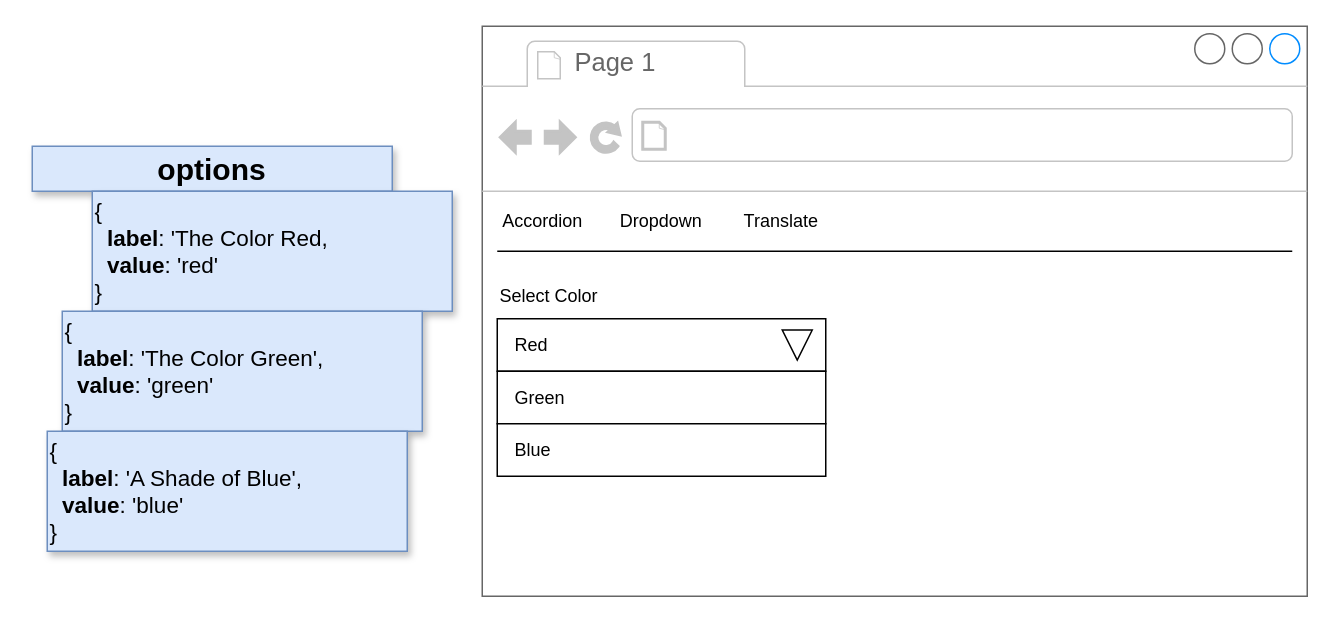
Above: page "03 - props" (4 of 20) of diagrams/widgets/02.drawio in HappySuzuki/redux-code (draw.io), before the change. Source tidied: cells renumbered, new cells numbered last; positions are measured from the earlier drawing's top-left corner, leaving out a move shared by most shapes. Both pictures are drawn from the tidied source at 150%, with x=0, y=0 at pixel (32, 26).
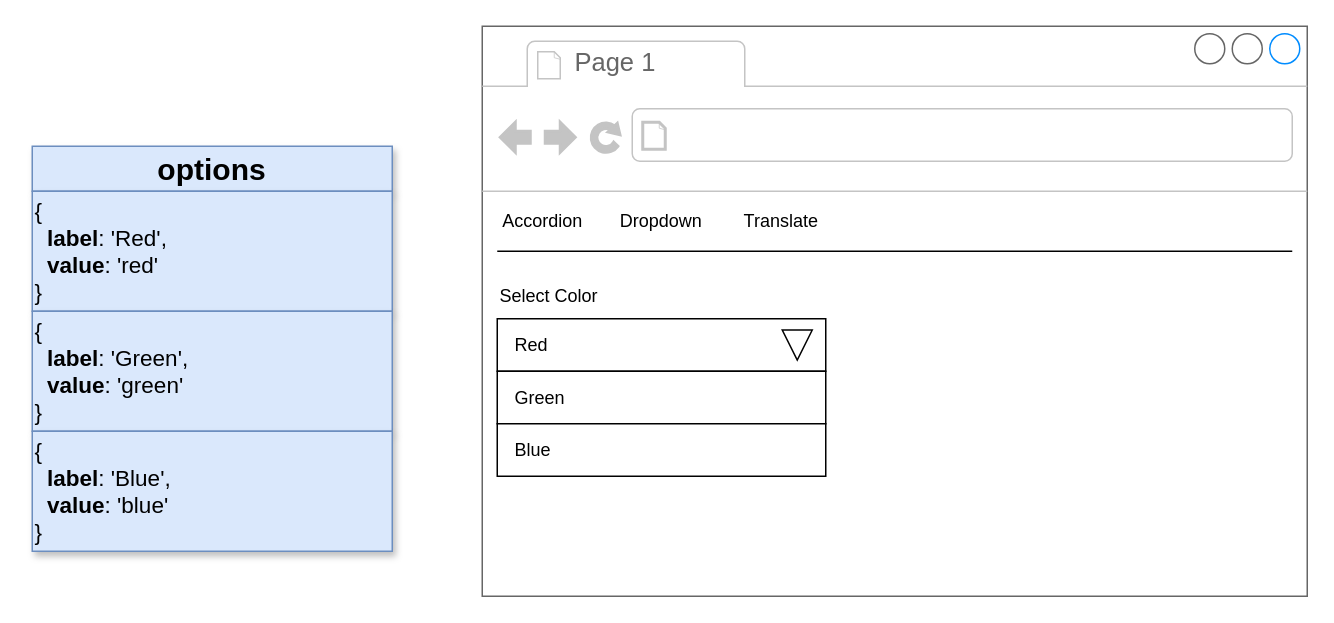
After the change.

Change to the diagram source:
```diff
@@
 <mxGraphModel>
   <root>
     <mxCell id="0" />
     <mxCell id="1" parent="0" />
     <mxCell id="2" style="strokeWidth=1;shadow=0;dashed=0;align=center;html=1;shape=mxgraph.mockup.containers.browserWindow;rSize=0;strokeColor=#666666;strokeColor2=#008cff;strokeColor3=#c4c4c4;mainText=,;" parent="1" vertex="1">
       <mxGeometry x="300" width="550" height="380" as="geometry" />
     </mxCell>
     <mxCell id="3" value="Page 1" style="strokeWidth=1;shadow=0;dashed=0;align=center;html=1;shape=mxgraph.mockup.containers.anchor;fontSize=17;fontColor=#666666;align=left;" parent="2" vertex="1">
       <mxGeometry x="60" y="12" width="110" height="26" as="geometry" />
     </mxCell>
     <mxCell id="4" style="strokeWidth=1;shadow=0;dashed=0;align=center;html=1;shape=mxgraph.mockup.containers.anchor;rSize=0;fontSize=17;fontColor=#666666;align=left;" parent="2" vertex="1">
       <mxGeometry x="130" y="60" width="250" height="26" as="geometry" />
     </mxCell>
     <mxCell id="5" style="endArrow=none;html=1;" parent="2" edge="1">
       <mxGeometry relative="1" as="geometry">
         <mxPoint x="10" y="150" as="sourcePoint" />
         <mxPoint x="540" y="150" as="targetPoint" />
       </mxGeometry>
     </mxCell>
     <mxCell id="6" value="Accordion" style="text;html=1;strokeColor=none;fillColor=none;align=center;verticalAlign=middle;whiteSpace=wrap;rounded=0;" parent="2" vertex="1">
       <mxGeometry x="11" y="120" width="59" height="20" as="geometry" />
     </mxCell>
     <mxCell id="7" value="Dropdown" style="text;html=1;strokeColor=none;fillColor=none;align=center;verticalAlign=middle;whiteSpace=wrap;rounded=0;" parent="2" vertex="1">
       <mxGeometry x="90" y="120" width="59" height="20" as="geometry" />
     </mxCell>
     <mxCell id="8" value="Translate" style="text;html=1;strokeColor=none;fillColor=none;align=center;verticalAlign=middle;whiteSpace=wrap;rounded=0;" parent="2" vertex="1">
       <mxGeometry x="170" y="120" width="59" height="20" as="geometry" />
     </mxCell>
     <mxCell id="9" style="rounded=0;whiteSpace=wrap;html=1;" parent="2" vertex="1">
       <mxGeometry x="10" y="195" width="219" height="35" as="geometry" />
     </mxCell>
     <mxCell id="10" value="Select Color" style="text;html=1;strokeColor=none;fillColor=none;align=left;verticalAlign=middle;whiteSpace=wrap;rounded=0;" parent="2" vertex="1">
       <mxGeometry x="10" y="170" width="100" height="20" as="geometry" />
     </mxCell>
     <mxCell id="11" style="triangle;whiteSpace=wrap;html=1;align=left;rotation=90;" parent="2" vertex="1">
       <mxGeometry x="200" y="202.5" width="20" height="20" as="geometry" />
     </mxCell>
     <mxCell id="12" value="Red" style="text;html=1;strokeColor=none;fillColor=none;align=left;verticalAlign=middle;whiteSpace=wrap;rounded=0;" parent="2" vertex="1">
       <mxGeometry x="20" y="202.5" width="100" height="20" as="geometry" />
     </mxCell>
     <mxCell id="13" value="&amp;nbsp; &amp;nbsp;Green" style="rounded=0;whiteSpace=wrap;html=1;align=left;" parent="2" vertex="1">
       <mxGeometry x="10" y="230" width="219" height="35" as="geometry" />
     </mxCell>
     <mxCell id="14" value="&amp;nbsp; &amp;nbsp;Blue" style="rounded=0;whiteSpace=wrap;html=1;align=left;" parent="2" vertex="1">
       <mxGeometry x="10" y="265" width="219" height="35" as="geometry" />
     </mxCell>
     <mxCell id="15" value="options" style="rounded=0;whiteSpace=wrap;html=1;shadow=1;fontSize=20;align=center;fillColor=#dae8fc;strokeColor=#6c8ebf;fontStyle=1;" parent="1" vertex="1">
       <mxGeometry y="80" width="240" height="30" as="geometry" />
     </mxCell>
-    <mxCell id="16" value="&lt;span style=&quot;font-weight: normal&quot;&gt;{ &lt;br&gt;&amp;nbsp; &lt;/span&gt;label&lt;span style=&quot;font-weight: normal&quot;&gt;: 'The Color Red,&lt;br&gt;&amp;nbsp; &lt;/span&gt;value&lt;span style=&quot;font-weight: normal&quot;&gt;: 'red'&lt;br&gt;}&lt;br&gt;&lt;/span&gt;" style="rounded=0;whiteSpace=wrap;html=1;shadow=1;fontSize=15;align=left;fillColor=#dae8fc;strokeColor=#6c8ebf;fontStyle=1;" parent="1" vertex="1">
-      <mxGeometry x="40" y="110" width="240" height="80" as="geometry" />
+    <mxCell id="16" value="&lt;span style=&quot;font-weight: normal&quot;&gt;{ &lt;br&gt;&amp;nbsp; &lt;/span&gt;label&lt;span style=&quot;font-weight: normal&quot;&gt;: 'Red',&lt;br&gt;&amp;nbsp; &lt;/span&gt;value&lt;span style=&quot;font-weight: normal&quot;&gt;: 'red'&lt;br&gt;}&lt;br&gt;&lt;/span&gt;" style="rounded=0;whiteSpace=wrap;html=1;shadow=1;fontSize=15;align=left;fillColor=#dae8fc;strokeColor=#6c8ebf;fontStyle=1;" parent="1" vertex="1">
+      <mxGeometry y="110" width="240" height="80" as="geometry" />
     </mxCell>
-    <mxCell id="17" value="&lt;span style=&quot;font-weight: normal&quot;&gt;{ &lt;br&gt;&amp;nbsp; &lt;/span&gt;label&lt;span style=&quot;font-weight: normal&quot;&gt;: 'The Color Green',&lt;br&gt;&amp;nbsp; &lt;/span&gt;value&lt;span style=&quot;font-weight: normal&quot;&gt;: 'green'&lt;br&gt;}&lt;br&gt;&lt;/span&gt;" style="rounded=0;whiteSpace=wrap;html=1;shadow=1;fontSize=15;align=left;fillColor=#dae8fc;strokeColor=#6c8ebf;fontStyle=1;" parent="1" vertex="1">
-      <mxGeometry x="20" y="190" width="240" height="80" as="geometry" />
+    <mxCell id="17" value="&lt;span style=&quot;font-weight: normal&quot;&gt;{ &lt;br&gt;&amp;nbsp; &lt;/span&gt;label&lt;span style=&quot;font-weight: normal&quot;&gt;: 'Green',&lt;br&gt;&amp;nbsp; &lt;/span&gt;value&lt;span style=&quot;font-weight: normal&quot;&gt;: 'green'&lt;br&gt;}&lt;br&gt;&lt;/span&gt;" style="rounded=0;whiteSpace=wrap;html=1;shadow=1;fontSize=15;align=left;fillColor=#dae8fc;strokeColor=#6c8ebf;fontStyle=1;" parent="1" vertex="1">
+      <mxGeometry y="190" width="240" height="80" as="geometry" />
     </mxCell>
-    <mxCell id="18" value="&lt;span style=&quot;font-weight: normal&quot;&gt;{ &lt;br&gt;&amp;nbsp; &lt;/span&gt;label&lt;span style=&quot;font-weight: normal&quot;&gt;: 'A Shade of Blue',&lt;br&gt;&amp;nbsp; &lt;/span&gt;value&lt;span style=&quot;font-weight: normal&quot;&gt;: 'blue'&lt;br&gt;}&lt;br&gt;&lt;/span&gt;" style="rounded=0;whiteSpace=wrap;html=1;shadow=1;fontSize=15;align=left;fillColor=#dae8fc;strokeColor=#6c8ebf;fontStyle=1;" parent="1" vertex="1">
-      <mxGeometry x="10" y="270" width="240" height="80" as="geometry" />
+    <mxCell id="18" value="&lt;span style=&quot;font-weight: normal&quot;&gt;{ &lt;br&gt;&amp;nbsp; &lt;/span&gt;label&lt;span style=&quot;font-weight: normal&quot;&gt;: 'Blue',&lt;br&gt;&amp;nbsp; &lt;/span&gt;value&lt;span style=&quot;font-weight: normal&quot;&gt;: 'blue'&lt;br&gt;}&lt;br&gt;&lt;/span&gt;" style="rounded=0;whiteSpace=wrap;html=1;shadow=1;fontSize=15;align=left;fillColor=#dae8fc;strokeColor=#6c8ebf;fontStyle=1;" parent="1" vertex="1">
+      <mxGeometry y="270" width="240" height="80" as="geometry" />
     </mxCell>
   </root>
 </mxGraphModel>
```
